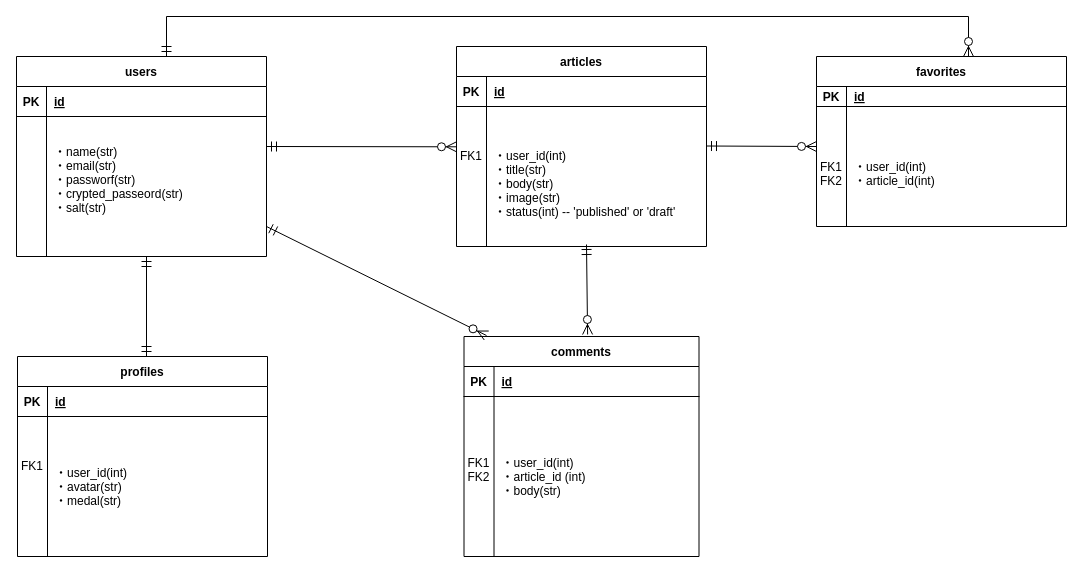
This is 名称未設定ファイル.drawio from s17w09/Entity-Relationship-Diagram, a draw.io file, before an edit. Source tidied: cells renumbered, new cells numbered last; positions are measured from the earlier drawing's top-left corner, leaving out a move shared by most shapes. Both pictures are drawn from the tidied source at 100%, with x=0, y=0 at pixel (16, 16).
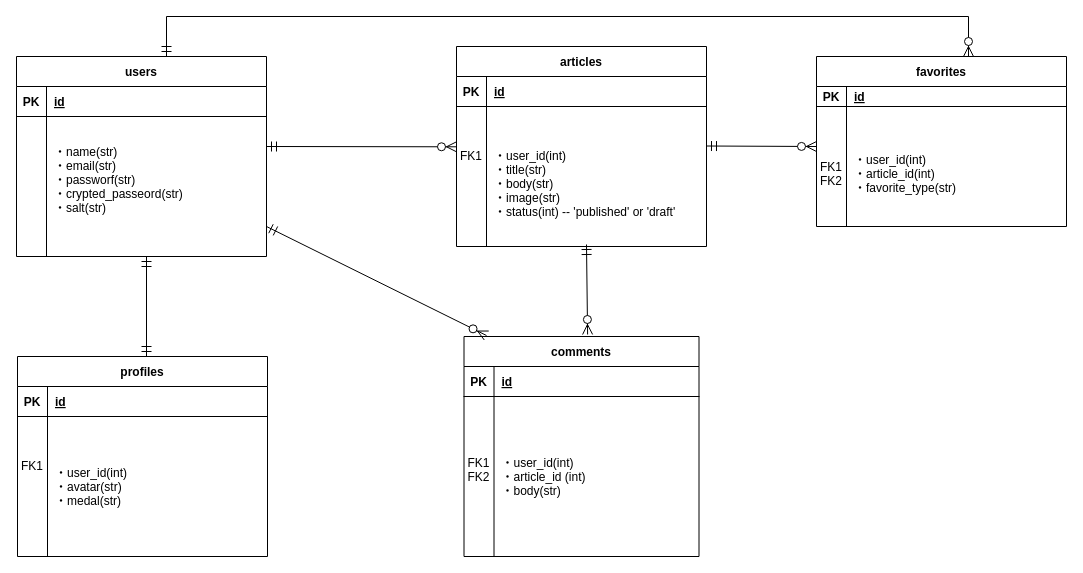
After the change.

Commit message:
名称未設定ファイル.drawio を更新します

Unchanged cells that the change refers to:
```xml
<mxCell id="20" style="shape=partialRectangle;fillColor=none;top=0;left=0;right=0;bottom=0;" parent="16" vertex="1">
  <mxGeometry y="50" width="250" height="120" as="geometry" />
</mxCell>
```

Change to the diagram source:
```diff
@@
-    <mxCell id="22" value="&#10;・user_id(int)&#10;・article_id(int)" style="shape=partialRectangle;overflow=hidden;fillColor=none;top=0;left=0;bottom=0;right=0;align=left;spacingLeft=6;" parent="20" vertex="1">
+    <mxCell id="22" value="&#10;・user_id(int)&#10;・article_id(int)&#10;・favorite_type(str)" style="shape=partialRectangle;overflow=hidden;fillColor=none;top=0;left=0;bottom=0;right=0;align=left;spacingLeft=6;" parent="20" vertex="1">
       <mxGeometry x="30" width="220" height="120" as="geometry" />
     </mxCell>
```
